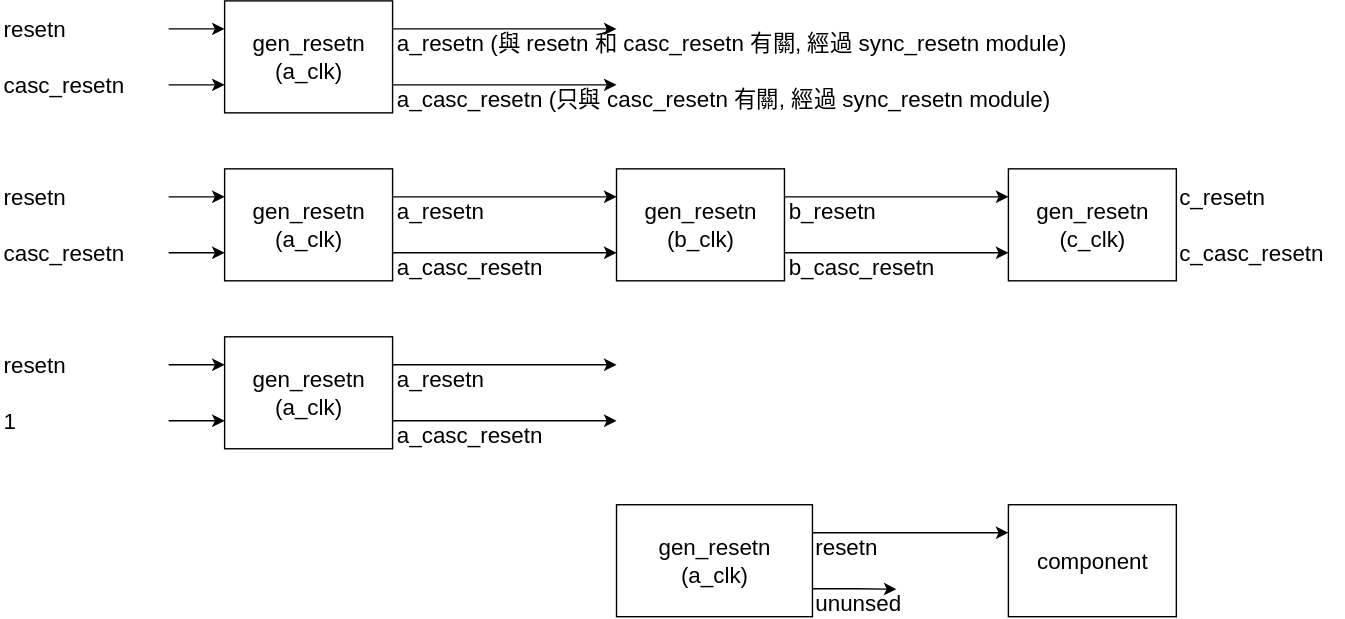
jnjnliwenjie0022/obs keeps this draw.io diagram as de/platform_clk_resetn_gen/sync_resetn/include/resetn_tree.svg. Above is the earlier version. Source tidied: cells renumbered, new cells last; positions are measured from the earlier drawing's top-left corner, leaving out a move shared by most shapes.
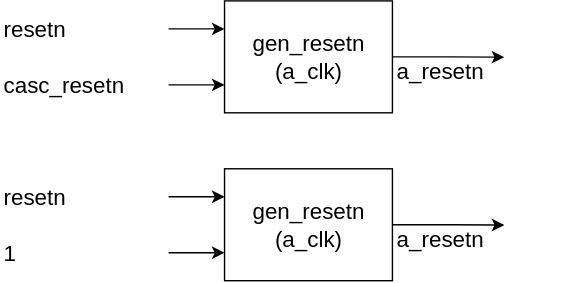
The same diagram one commit later.

Commit message:
vault backup: 2025-10-16 14:46:42

Diff of the diagram source:
```diff
@@ -2,15 +2,14 @@
   <root>
     <mxCell id="0" />
     <mxCell id="1" parent="0" />
+    <mxCell id="43" style="edgeStyle=orthogonalEdgeStyle;rounded=0;jettySize=auto;html=1;exitX=1;exitY=0.5;exitDx=0;exitDy=0;" parent="1" edge="1" source="2">
+      <mxGeometry relative="1" as="geometry">
+        <mxPoint x="360" y="160.2" as="targetPoint" />
+      </mxGeometry>
+    </mxCell>
     <mxCell id="2" value="gen_resetn&lt;div&gt;(a_clk)&lt;/div&gt;" style="rounded=0;whiteSpace=wrap;html=1;fontSize=16;" parent="1" vertex="1">
       <mxGeometry x="160" y="120" width="120" height="80" as="geometry" />
     </mxCell>
-    <mxCell id="3" value="gen_resetn&lt;div&gt;(b_clk)&lt;/div&gt;" style="rounded=0;whiteSpace=wrap;html=1;fontSize=16;" parent="1" vertex="1">
-      <mxGeometry x="440" y="120" width="120" height="80" as="geometry" />
-    </mxCell>
-    <mxCell id="4" value="gen_resetn&lt;div&gt;(c_clk)&lt;/div&gt;" style="rounded=0;whiteSpace=wrap;html=1;fontSize=16;" parent="1" vertex="1">
-      <mxGeometry x="720" y="120" width="120" height="80" as="geometry" />
-    </mxCell>
     <mxCell id="5" style="edgeStyle=orthogonalEdgeStyle;rounded=0;jettySize=auto;html=1;" parent="1" edge="1" source="6">
       <mxGeometry relative="1" as="geometry">
         <mxPoint x="160" y="140" as="targetPoint" />
@@ -27,44 +26,6 @@
     <mxCell id="8" value="casc_resetn" style="rounded=0;whiteSpace=wrap;html=1;fontSize=16;fillColor=none;strokeColor=none;align=left;" parent="1" vertex="1">
       <mxGeometry y="170" width="120" height="20" as="geometry" />
     </mxCell>
-    <mxCell id="9" style="edgeStyle=orthogonalEdgeStyle;rounded=0;jettySize=auto;html=1;exitX=1;exitY=0.25;exitDx=0;exitDy=0;" parent="1" edge="1" source="2">
-      <mxGeometry relative="1" as="geometry">
-        <mxPoint x="440" y="140" as="targetPoint" />
-      </mxGeometry>
-    </mxCell>
-    <mxCell id="10" style="edgeStyle=orthogonalEdgeStyle;rounded=0;jettySize=auto;html=1;exitX=1;exitY=0.75;exitDx=0;exitDy=0;" parent="1" edge="1" source="2">
-      <mxGeometry relative="1" as="geometry">
-        <mxPoint x="440" y="180" as="targetPoint" />
-      </mxGeometry>
-    </mxCell>
-    <mxCell id="11" style="edgeStyle=orthogonalEdgeStyle;rounded=0;jettySize=auto;html=1;exitX=1;exitY=0.25;exitDx=0;exitDy=0;" parent="1" edge="1" source="3">
-      <mxGeometry relative="1" as="geometry">
-        <mxPoint x="720" y="140" as="targetPoint" />
-      </mxGeometry>
-    </mxCell>
-    <mxCell id="12" style="edgeStyle=orthogonalEdgeStyle;rounded=0;jettySize=auto;html=1;exitX=1;exitY=0.75;exitDx=0;exitDy=0;" parent="1" edge="1" source="3">
-      <mxGeometry relative="1" as="geometry">
-        <mxPoint x="720" y="180" as="targetPoint" />
-      </mxGeometry>
-    </mxCell>
-    <mxCell id="13" value="c_resetn" style="rounded=0;whiteSpace=wrap;html=1;fontSize=16;fillColor=none;strokeColor=none;align=left;" parent="1" vertex="1">
-      <mxGeometry x="840" y="130" width="120" height="20" as="geometry" />
-    </mxCell>
-    <mxCell id="14" value="c_casc_resetn" style="rounded=0;whiteSpace=wrap;html=1;fontSize=16;fillColor=none;strokeColor=none;align=left;" parent="1" vertex="1">
-      <mxGeometry x="840" y="170" width="120" height="20" as="geometry" />
-    </mxCell>
-    <mxCell id="15" value="a_resetn" style="rounded=0;whiteSpace=wrap;html=1;fontSize=16;fillColor=none;strokeColor=none;align=left;" parent="1" vertex="1">
-      <mxGeometry x="280.5" y="140" width="120" height="20" as="geometry" />
-    </mxCell>
-    <mxCell id="16" value="a_casc_resetn" style="rounded=0;whiteSpace=wrap;html=1;fontSize=16;fillColor=none;strokeColor=none;align=left;" parent="1" vertex="1">
-      <mxGeometry x="280.5" y="180" width="120" height="20" as="geometry" />
-    </mxCell>
-    <mxCell id="17" value="b_casc_resetn" style="rounded=0;whiteSpace=wrap;html=1;fontSize=16;fillColor=none;strokeColor=none;align=left;" parent="1" vertex="1">
-      <mxGeometry x="560.5" y="180" width="120" height="20" as="geometry" />
-    </mxCell>
-    <mxCell id="18" value="b_resetn" style="rounded=0;whiteSpace=wrap;html=1;fontSize=16;fillColor=none;strokeColor=none;align=left;" parent="1" vertex="1">
-      <mxGeometry x="560.5" y="140" width="120" height="20" as="geometry" />
-    </mxCell>
     <mxCell id="19" value="gen_resetn&lt;div&gt;(a_clk)&lt;/div&gt;" style="rounded=0;whiteSpace=wrap;html=1;fontSize=16;" parent="1" vertex="1">
       <mxGeometry x="160" y="240" width="120" height="80" as="geometry" />
     </mxCell>
@@ -84,78 +45,17 @@
     <mxCell id="23" value="1" style="rounded=0;whiteSpace=wrap;html=1;fontSize=16;fillColor=none;strokeColor=none;align=left;" parent="1" vertex="1">
       <mxGeometry y="290" width="120" height="20" as="geometry" />
     </mxCell>
-    <mxCell id="24" style="edgeStyle=orthogonalEdgeStyle;rounded=0;orthogonalLoop=1;jettySize=auto;html=1;exitX=1;exitY=0.25;exitDx=0;exitDy=0;" parent="1" edge="1">
-      <mxGeometry relative="1" as="geometry">
-        <mxPoint x="280" y="260" as="sourcePoint" />
-        <mxPoint x="440" y="260" as="targetPoint" />
-      </mxGeometry>
-    </mxCell>
-    <mxCell id="25" style="edgeStyle=orthogonalEdgeStyle;rounded=0;orthogonalLoop=1;jettySize=auto;html=1;exitX=1;exitY=0.75;exitDx=0;exitDy=0;" parent="1" edge="1">
-      <mxGeometry relative="1" as="geometry">
-        <mxPoint x="280" y="300" as="sourcePoint" />
-        <mxPoint x="440" y="300" as="targetPoint" />
-      </mxGeometry>
-    </mxCell>
-    <mxCell id="26" value="a_resetn" style="rounded=0;whiteSpace=wrap;html=1;fontSize=16;fillColor=none;strokeColor=none;align=left;" parent="1" vertex="1">
-      <mxGeometry x="280.5" y="260" width="120" height="20" as="geometry" />
-    </mxCell>
-    <mxCell id="27" value="a_casc_resetn" style="rounded=0;whiteSpace=wrap;html=1;fontSize=16;fillColor=none;strokeColor=none;align=left;" parent="1" vertex="1">
-      <mxGeometry x="280.5" y="300" width="120" height="20" as="geometry" />
-    </mxCell>
-    <mxCell id="28" style="edgeStyle=orthogonalEdgeStyle;rounded=0;jettySize=auto;html=1;exitX=1;exitY=0.75;exitDx=0;exitDy=0;" parent="1" edge="1" source="29">
-      <mxGeometry relative="1" as="geometry">
-        <mxPoint x="640" y="420.3" as="targetPoint" />
-      </mxGeometry>
-    </mxCell>
-    <mxCell id="29" value="gen_resetn&lt;div&gt;(a_clk)&lt;/div&gt;" style="rounded=0;whiteSpace=wrap;html=1;fontSize=16;" parent="1" vertex="1">
-      <mxGeometry x="440" y="360" width="140" height="80" as="geometry" />
-    </mxCell>
-    <mxCell id="30" style="edgeStyle=orthogonalEdgeStyle;rounded=0;jettySize=auto;html=1;entryX=0;entryY=0.25;entryDx=0;entryDy=0;exitX=1;exitY=0.25;exitDx=0;exitDy=0;" parent="1" edge="1" source="29" target="32">
-      <mxGeometry relative="1" as="geometry" />
-    </mxCell>
-    <mxCell id="31" value="resetn" style="rounded=0;whiteSpace=wrap;html=1;fontSize=16;fillColor=none;strokeColor=none;align=left;" parent="1" vertex="1">
-      <mxGeometry x="580" y="380" width="120" height="20" as="geometry" />
-    </mxCell>
-    <mxCell id="32" value="component" style="rounded=0;whiteSpace=wrap;html=1;fontSize=16;" parent="1" vertex="1">
-      <mxGeometry x="720" y="360" width="120" height="80" as="geometry" />
-    </mxCell>
-    <mxCell id="33" value="ununsed" style="rounded=0;whiteSpace=wrap;html=1;fontSize=16;fillColor=none;strokeColor=none;align=left;" parent="1" vertex="1">
-      <mxGeometry x="580" y="420" width="120" height="20" as="geometry" />
-    </mxCell>
-    <mxCell id="34" value="gen_resetn&lt;div&gt;(a_clk)&lt;/div&gt;" style="rounded=0;whiteSpace=wrap;html=1;fontSize=16;" parent="1" vertex="1">
-      <mxGeometry x="160" width="120" height="80" as="geometry" />
-    </mxCell>
-    <mxCell id="35" style="edgeStyle=orthogonalEdgeStyle;rounded=0;jettySize=auto;html=1;" parent="1" edge="1" source="36">
-      <mxGeometry relative="1" as="geometry">
-        <mxPoint x="160" y="20" as="targetPoint" />
-      </mxGeometry>
-    </mxCell>
-    <mxCell id="36" value="resetn" style="rounded=0;whiteSpace=wrap;html=1;fontSize=16;fillColor=none;strokeColor=none;align=left;" parent="1" vertex="1">
-      <mxGeometry y="10" width="120" height="20" as="geometry" />
-    </mxCell>
-    <mxCell id="37" style="edgeStyle=orthogonalEdgeStyle;rounded=0;jettySize=auto;html=1;" parent="1" edge="1" source="38">
-      <mxGeometry relative="1" as="geometry">
-        <mxPoint x="160" y="60" as="targetPoint" />
-      </mxGeometry>
-    </mxCell>
-    <mxCell id="38" value="casc_resetn" style="rounded=0;whiteSpace=wrap;html=1;fontSize=16;fillColor=none;strokeColor=none;align=left;" parent="1" vertex="1">
-      <mxGeometry y="50" width="120" height="20" as="geometry" />
-    </mxCell>
-    <mxCell id="39" style="edgeStyle=orthogonalEdgeStyle;rounded=0;jettySize=auto;html=1;exitX=1;exitY=0.25;exitDx=0;exitDy=0;" parent="1" edge="1" source="34">
-      <mxGeometry relative="1" as="geometry">
-        <mxPoint x="440" y="20" as="targetPoint" />
-      </mxGeometry>
-    </mxCell>
-    <mxCell id="40" style="edgeStyle=orthogonalEdgeStyle;rounded=0;jettySize=auto;html=1;exitX=1;exitY=0.75;exitDx=0;exitDy=0;" parent="1" edge="1" source="34">
-      <mxGeometry relative="1" as="geometry">
-        <mxPoint x="440" y="60" as="targetPoint" />
-      </mxGeometry>
-    </mxCell>
-    <mxCell id="41" value="a_resetn (與&amp;nbsp;resetn&amp;nbsp;和 casc_resetn 有關,&amp;nbsp;經過 sync_resetn module)" style="rounded=0;whiteSpace=wrap;html=1;fontSize=16;fillColor=none;strokeColor=none;align=left;" parent="1" vertex="1">
-      <mxGeometry x="280.5" y="20" width="569.5" height="20" as="geometry" />
-    </mxCell>
-    <mxCell id="42" value="a_casc_resetn (只與 casc_resetn 有關,&amp;nbsp;經過 sync_resetn module)" style="rounded=0;whiteSpace=wrap;html=1;fontSize=16;fillColor=none;strokeColor=none;align=left;" parent="1" vertex="1">
-      <mxGeometry x="280.5" y="60" width="539.5" height="20" as="geometry" />
-    </mxCell>
+    <mxCell id="44" value="a_resetn" style="rounded=0;whiteSpace=wrap;html=1;fontSize=16;fillColor=none;strokeColor=none;align=left;" parent="1" vertex="1">
+      <mxGeometry x="280.5" y="160" width="120" height="20" as="geometry" />
+    </mxCell>
+    <mxCell id="45" style="edgeStyle=orthogonalEdgeStyle;rounded=0;orthogonalLoop=1;jettySize=auto;html=1;exitX=1;exitY=0.5;exitDx=0;exitDy=0;" parent="1" edge="1">
+      <mxGeometry relative="1" as="geometry">
+        <mxPoint x="280" y="280" as="sourcePoint" />
+        <mxPoint x="360" y="280.2" as="targetPoint" />
+      </mxGeometry>
+    </mxCell>
+    <mxCell id="46" value="a_resetn" style="rounded=0;whiteSpace=wrap;html=1;fontSize=16;fillColor=none;strokeColor=none;align=left;" parent="1" vertex="1">
+      <mxGeometry x="280.5" y="280" width="120" height="20" as="geometry" />
+    </mxCell>
   </root>
 </mxGraphModel>
```
